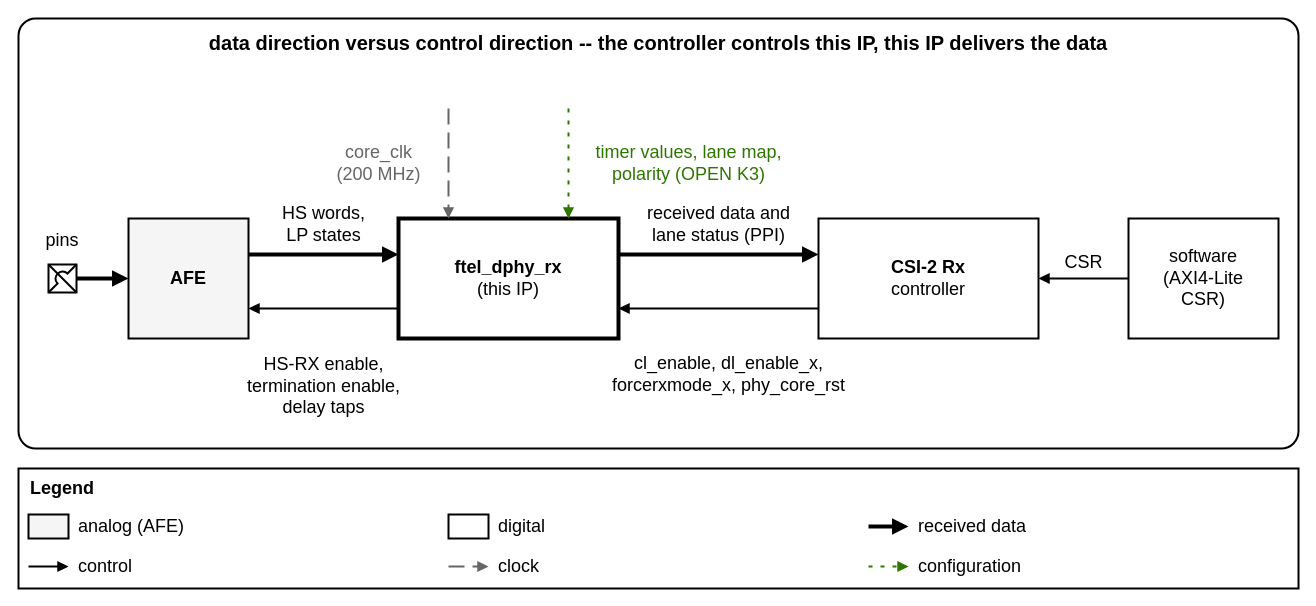
Before: 22fdx/rx/digital/hw/rtl/ip/ftel_dphy_rx/doc/figures/ftel_dphy_rx_directions.drawio in ftel-cdc/fu3_dphy, a draw.io diagram. Source tidied: cells renumbered, new cells numbered last; positions are measured from the earlier drawing's top-left corner, leaving out a move shared by most shapes. Both pictures are drawn from the tidied source at 100%, with x=0, y=0 at pixel (18, 18).
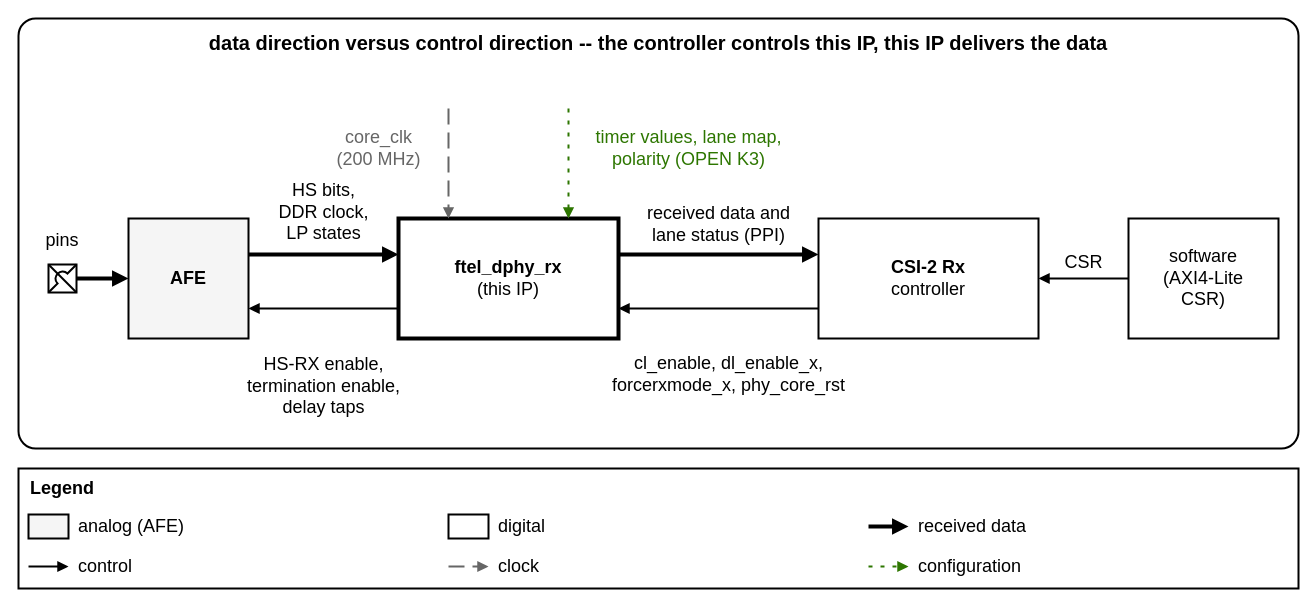
The same diagram, later.

Unchanged cells that the change refers to:
```xml
<mxCell id="7" value="&lt;b&gt;AFE&lt;/b&gt;" style="rounded=0;whiteSpace=wrap;html=1;fontSize=18;strokeWidth=2;fillColor=#F5F5F5;align=center;verticalAlign=middle;spacing=4;" parent="1" vertex="1">
  <mxGeometry x="110" y="200" width="120" height="120" as="geometry" />
</mxCell>
<mxCell id="8" value="&lt;b&gt;ftel_dphy_rx&lt;/b&gt;&lt;br&gt;(this IP)" style="rounded=0;whiteSpace=wrap;html=1;fontSize=18;strokeWidth=4;fillColor=#FFFFFF;align=center;verticalAlign=middle;spacing=4;" parent="1" vertex="1">
  <mxGeometry x="380" y="200" width="220" height="120" as="geometry" />
</mxCell>
```

Change to the diagram source:
```diff
@@
-    <mxCell id="12" value="HS words,&lt;br&gt;LP states" style="endArrow=block;endFill=1;html=1;fontSize=18;edgeStyle=orthogonalEdgeStyle;rounded=0;jumpStyle=arc;jumpSize=12;labelBackgroundColor=#FFFFFF;strokeWidth=4;exitX=1;exitY=0.3;exitDx=0;exitDy=0;entryX=0;entryY=0.3;entryDx=0;entryDy=0;" parent="1" edge="1" source="7" target="8">
+    <mxCell id="12" value="HS bits,&lt;br&gt;DDR clock,&lt;br&gt;LP states" style="endArrow=block;endFill=1;html=1;fontSize=18;edgeStyle=orthogonalEdgeStyle;rounded=0;jumpStyle=arc;jumpSize=12;labelBackgroundColor=#FFFFFF;strokeWidth=4;exitX=1;exitY=0.3;exitDx=0;exitDy=0;entryX=0;entryY=0.3;entryDx=0;entryDy=0;" parent="1" edge="1" source="7" target="8">
       <mxGeometry relative="1" as="geometry">
-        <mxPoint y="-30" as="offset" />
+        <mxPoint y="-42" as="offset" />
       </mxGeometry>
     </mxCell>
@@
     <mxCell id="17" value="core_clk&lt;br&gt;(200 MHz)" style="endArrow=block;endFill=1;html=1;fontSize=18;edgeStyle=orthogonalEdgeStyle;rounded=0;jumpStyle=arc;jumpSize=12;labelBackgroundColor=#FFFFFF;strokeWidth=2;dashed=1;dashPattern=8 4;strokeColor=#666666;fontColor=#666666;edgeStyle=none;" parent="1" edge="1">
       <mxGeometry relative="1" as="geometry">
         <mxPoint x="430" y="90" as="sourcePoint" />
         <mxPoint x="430" y="200" as="targetPoint" />
-        <mxPoint x="-70" as="offset" />
+        <mxPoint x="-70" y="-15" as="offset" />
       </mxGeometry>
     </mxCell>
     <mxCell id="18" value="timer values, lane map,&lt;br&gt;polarity (OPEN K3)" style="endArrow=block;endFill=1;html=1;fontSize=18;edgeStyle=orthogonalEdgeStyle;rounded=0;jumpStyle=arc;jumpSize=12;labelBackgroundColor=#FFFFFF;strokeWidth=2;dashed=1;dashPattern=2 4;strokeColor=#2D7600;fontColor=#2D7600;edgeStyle=none;" parent="1" edge="1">
       <mxGeometry relative="1" as="geometry">
         <mxPoint x="550" y="90" as="sourcePoint" />
         <mxPoint x="550" y="200" as="targetPoint" />
-        <mxPoint x="120" as="offset" />
+        <mxPoint x="120" y="-15" as="offset" />
       </mxGeometry>
     </mxCell>
```
